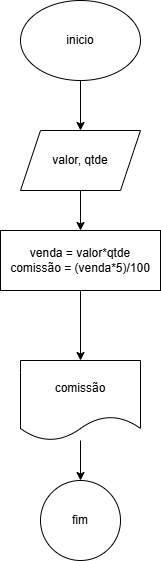
This is comissão.drawio.png from PietroSantos280/aula_de_PA, a draw.io export, as it was before one commit. Source tidied: cells renumbered, new cells last; positions are measured from the earlier drawing's top-left corner, leaving out a move shared by most shapes.
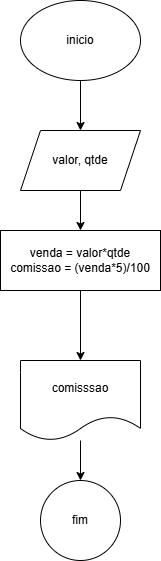
The same file after the commit.

What changed in the source:
```diff
@@ -17,13 +17,13 @@
     <mxCell id="6" style="edgeStyle=orthogonalEdgeStyle;rounded=0;jettySize=auto;html=1;" parent="1" edge="1" source="7" target="9">
       <mxGeometry relative="1" as="geometry" />
     </mxCell>
-    <mxCell id="7" value="venda = valor*qtde&lt;div&gt;comissão = (venda*5)/100&lt;/div&gt;" style="whiteSpace=wrap;html=1;" parent="1" vertex="1">
+    <mxCell id="7" value="venda = valor*qtde&lt;div&gt;comissao = (venda*5)/100&lt;/div&gt;" style="whiteSpace=wrap;html=1;" parent="1" vertex="1">
       <mxGeometry y="230" width="160" height="60" as="geometry" />
     </mxCell>
     <mxCell id="8" style="edgeStyle=orthogonalEdgeStyle;rounded=0;jettySize=auto;html=1;" parent="1" edge="1" source="9" target="10">
       <mxGeometry relative="1" as="geometry" />
     </mxCell>
-    <mxCell id="9" value="comissão" style="shape=document;whiteSpace=wrap;html=1;boundedLbl=1;" parent="1" vertex="1">
+    <mxCell id="9" value="comisssao" style="shape=document;whiteSpace=wrap;html=1;boundedLbl=1;" parent="1" vertex="1">
       <mxGeometry x="20" y="360" width="120" height="80" as="geometry" />
     </mxCell>
     <mxCell id="10" value="fim" style="ellipse;whiteSpace=wrap;html=1;" parent="1" vertex="1">
```
